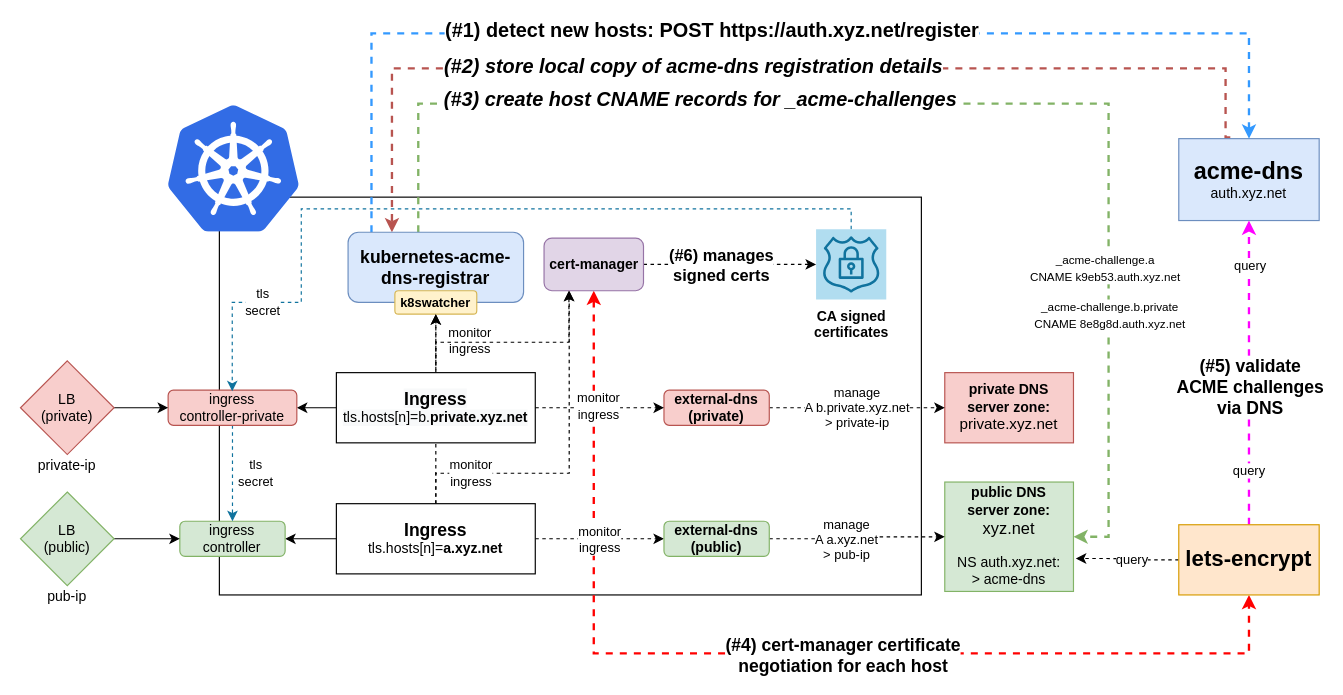
This is docs/diag1.drawio from bitsofinfo/kubernetes-acme-dns-registrar, a draw.io file, before an edit. Source tidied: cells renumbered, new cells numbered last; positions are measured from the earlier drawing's top-left corner, leaving out a move shared by most shapes. Both pictures are drawn from the tidied source at 117%, with x=0, y=0 at pixel (20, 33).
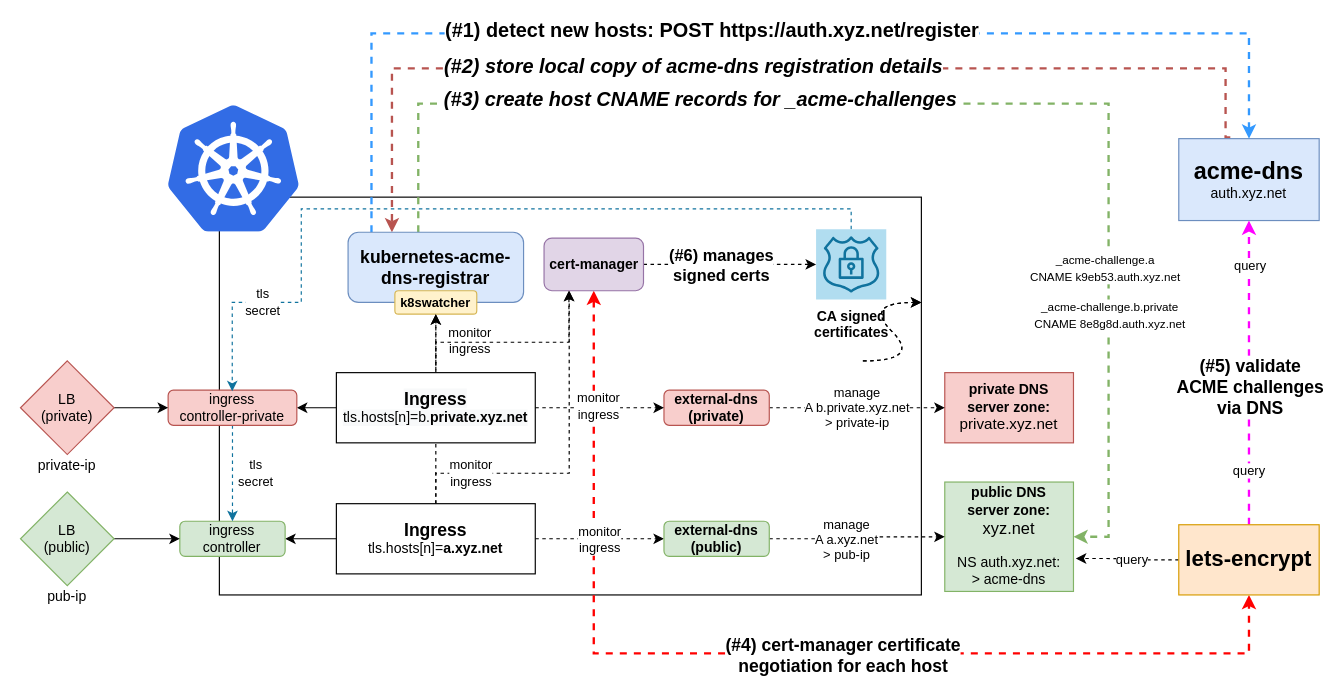
Above is the later version.

What changed in the source:
```diff
@@
+    <mxCell id="61" style="curved=1;endArrow=classic;html=1;dashed=1;strokeColor=#000000;strokeWidth=1;" parent="1" edge="1">
+      <mxGeometry relative="1" as="geometry">
+        <mxPoint x="720" y="280" as="sourcePoint" />
+        <mxPoint x="770" y="230" as="targetPoint" />
+        <Array as="points">
+          <mxPoint x="770" y="280" />
+          <mxPoint x="720" y="230" />
+        </Array>
+      </mxGeometry>
+    </mxCell>
+    <mxCell id="62" style="curved=1;endArrow=classic;html=1;dashed=1;strokeColor=#000000;strokeWidth=1;" parent="1" edge="1">
+      <mxGeometry relative="1" as="geometry">
+        <mxPoint x="720" y="280" as="sourcePoint" />
+        <mxPoint x="770" y="230" as="targetPoint" />
+        <Array as="points">
+          <mxPoint x="770" y="280" />
+          <mxPoint x="720" y="230" />
+        </Array>
+      </mxGeometry>
+    </mxCell>
```
